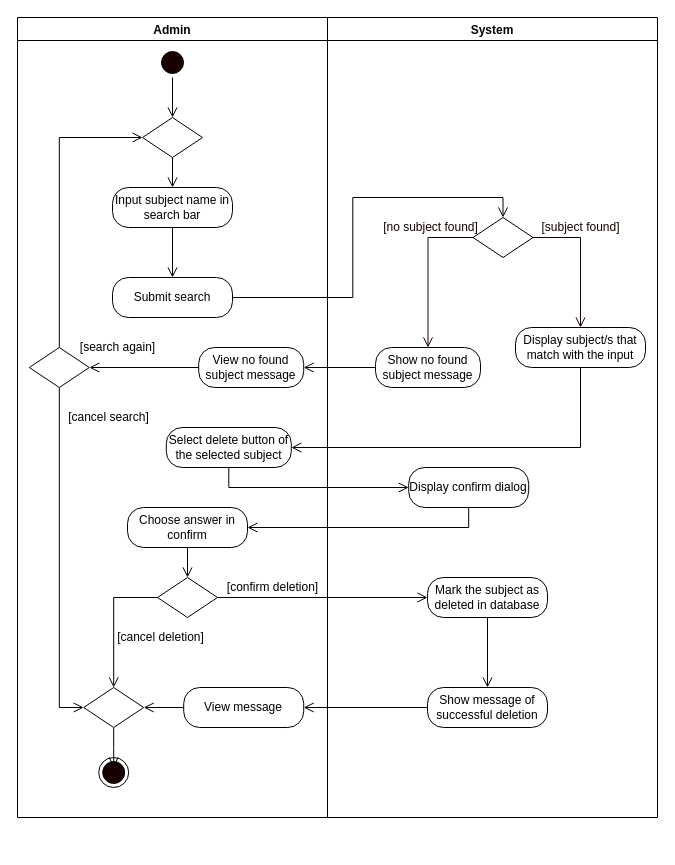
mrklglsn/CAPSTONE-FILES keeps this draw.io diagram as page "Delete Subject" (3 of 12) of REVISIONS/UML-DIAGRAMS/7-04-2021/ACTIVITY DIAGRAM/ACTIVITY DIAGRAM2.drawio. Above is the earlier version. Source tidied: cells renumbered, new cells numbered last; positions are measured from the earlier drawing's top-left corner, leaving out a move shared by most shapes. Both pictures are drawn from the tidied source at 100%, with x=0, y=0 at pixel (17, 17).
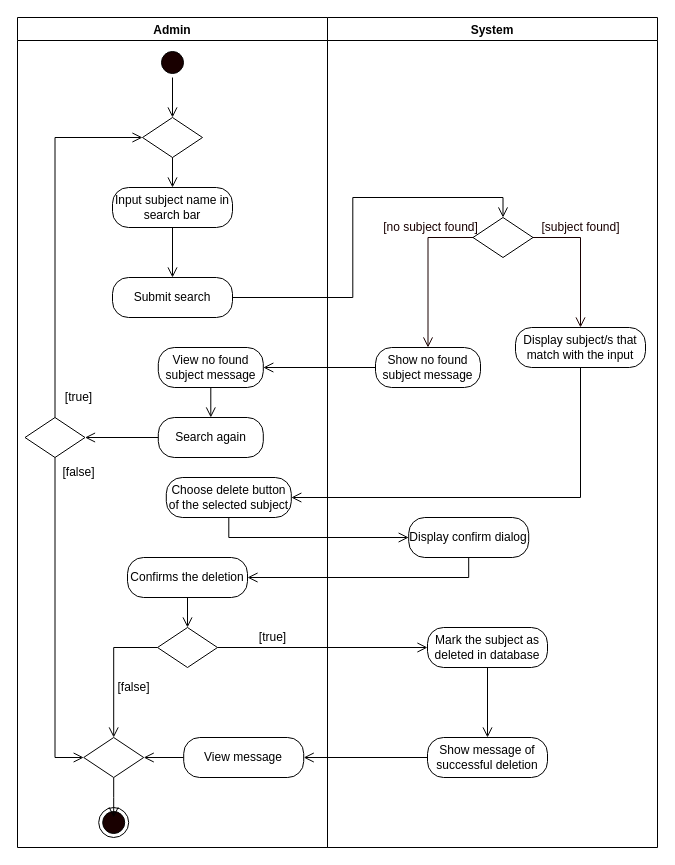
After the change.

Change to the diagram source:
```diff
@@
     <mxCell id="2" value="Admin" style="swimlane;startSize=23;" parent="1" vertex="1">
-      <mxGeometry width="310" height="800" as="geometry" />
+      <mxGeometry width="310" height="830" as="geometry" />
     </mxCell>
@@
     <mxCell id="5" style="rhombus;whiteSpace=wrap;html=1;" parent="2" vertex="1">
-      <mxGeometry x="140" y="560" width="60" height="40" as="geometry" />
+      <mxGeometry x="140" y="610" width="60" height="40" as="geometry" />
     </mxCell>
-    <mxCell id="6" value="[confirm deletion]" style="text;html=1;align=center;verticalAlign=middle;strokeColor=none;" parent="2" vertex="1">
-      <mxGeometry x="200" y="560" width="110" height="20" as="geometry" />
+    <mxCell id="6" value="[true]" style="text;html=1;align=center;verticalAlign=middle;strokeColor=none;" parent="2" vertex="1">
+      <mxGeometry x="235" y="610" width="40" height="20" as="geometry" />
     </mxCell>
-    <mxCell id="7" value="[cancel deletion]" style="text;html=1;align=center;verticalAlign=middle;strokeColor=none;" parent="2" vertex="1">
-      <mxGeometry x="92.5" y="610" width="100" height="20" as="geometry" />
+    <mxCell id="7" value="[false]" style="text;html=1;align=center;verticalAlign=middle;strokeColor=none;" parent="2" vertex="1">
+      <mxGeometry x="90.8" y="660" width="50" height="20" as="geometry" />
     </mxCell>
     <mxCell id="8" style="ellipse;html=1;shape=endState;fillColor=#190000;" parent="2" vertex="1">
-      <mxGeometry x="81.2" y="740" width="30" height="30" as="geometry" />
+      <mxGeometry x="81.2" y="790" width="30" height="30" as="geometry" />
     </mxCell>
     <mxCell id="9" style="edgeStyle=orthogonalEdgeStyle;rounded=0;jettySize=auto;html=1;exitX=0.5;exitY=1;exitDx=0;exitDy=0;endArrow=open;endFill=0;endSize=8;" parent="2" edge="1" source="10">
       <mxGeometry relative="1" as="geometry">
-        <mxPoint x="96.2" y="750" as="targetPoint" />
+        <mxPoint x="96.2" y="800" as="targetPoint" />
       </mxGeometry>
     </mxCell>
     <mxCell id="10" style="rhombus;whiteSpace=wrap;html=1;" parent="2" vertex="1">
-      <mxGeometry x="66.2" y="670" width="60" height="40" as="geometry" />
+      <mxGeometry x="66.2" y="720" width="60" height="40" as="geometry" />
     </mxCell>
@@
     <mxCell id="13" value="View message" style="rounded=1;whiteSpace=wrap;html=1;arcSize=40;" parent="2" vertex="1">
-      <mxGeometry x="166.2" y="670" width="120" height="40" as="geometry" />
+      <mxGeometry x="166.2" y="720" width="120" height="40" as="geometry" />
     </mxCell>
@@
-    <mxCell id="15" value="Choose answer in confirm" style="rounded=1;whiteSpace=wrap;html=1;arcSize=40;" parent="2" vertex="1">
-      <mxGeometry x="110" y="490" width="120" height="40" as="geometry" />
+    <mxCell id="15" value="Confirms the deletion" style="rounded=1;whiteSpace=wrap;html=1;arcSize=40;" parent="2" vertex="1">
+      <mxGeometry x="110" y="540" width="120" height="40" as="geometry" />
     </mxCell>
@@
-    <mxCell id="20" value="[cancel search]" style="text;html=1;align=center;verticalAlign=middle;strokeColor=none;rotation=0;" parent="2" vertex="1">
-      <mxGeometry x="40.8" y="390" width="100" height="20" as="geometry" />
+    <mxCell id="20" value="[false]" style="text;html=1;align=center;verticalAlign=middle;strokeColor=none;rotation=0;" parent="2" vertex="1">
+      <mxGeometry x="36.2" y="445" width="50" height="20" as="geometry" />
     </mxCell>
+    <mxCell id="49" style="edgeStyle=orthogonalEdgeStyle;rounded=0;jettySize=auto;html=1;exitX=0.5;exitY=1;exitDx=0;exitDy=0;entryX=0.5;entryY=0;entryDx=0;entryDy=0;endArrow=open;endFill=0;endSize=8;" parent="2" edge="1" source="21" target="50">
+      <mxGeometry relative="1" as="geometry" />
+    </mxCell>
     <mxCell id="21" value="View no found subject message" style="rounded=1;whiteSpace=wrap;html=1;arcSize=40;" parent="2" vertex="1">
-      <mxGeometry x="181.2" y="330" width="105" height="40" as="geometry" />
+      <mxGeometry x="140.8" y="330" width="105" height="40" as="geometry" />
     </mxCell>
     <mxCell id="22" style="rhombus;whiteSpace=wrap;html=1;" parent="2" vertex="1">
-      <mxGeometry x="11.8" y="330" width="60" height="40" as="geometry" />
+      <mxGeometry x="7.5" y="400" width="60" height="40" as="geometry" />
     </mxCell>
@@
-    <mxCell id="24" value="[search again]" style="text;html=1;align=center;verticalAlign=middle;strokeColor=none;rotation=0;" parent="2" vertex="1">
-      <mxGeometry x="55" y="320" width="90" height="20" as="geometry" />
+    <mxCell id="24" value="[true]" style="text;html=1;align=center;verticalAlign=middle;strokeColor=none;rotation=0;" parent="2" vertex="1">
+      <mxGeometry x="41.2" y="370" width="40" height="20" as="geometry" />
     </mxCell>
-    <mxCell id="25" value="Select delete button of the selected subject" style="rounded=1;whiteSpace=wrap;html=1;arcSize=40;" parent="2" vertex="1">
-      <mxGeometry x="148.8" y="410" width="125" height="40" as="geometry" />
+    <mxCell id="25" value="Choose delete button of the selected subject" style="rounded=1;whiteSpace=wrap;html=1;arcSize=40;" parent="2" vertex="1">
+      <mxGeometry x="148.8" y="460" width="125" height="40" as="geometry" />
     </mxCell>
-    <mxCell id="26" style="edgeStyle=orthogonalEdgeStyle;rounded=0;jettySize=auto;html=1;exitX=0;exitY=0.5;exitDx=0;exitDy=0;entryX=1;entryY=0.5;entryDx=0;entryDy=0;endArrow=open;endFill=0;endSize=8;" parent="2" edge="1" source="21" target="22">
+    <mxCell id="26" style="edgeStyle=orthogonalEdgeStyle;rounded=0;jettySize=auto;html=1;exitX=0;exitY=0.5;exitDx=0;exitDy=0;entryX=1;entryY=0.5;entryDx=0;entryDy=0;endArrow=open;endFill=0;endSize=8;" parent="2" edge="1" source="50" target="22">
       <mxGeometry relative="1" as="geometry" />
     </mxCell>
@@
+    <mxCell id="50" value="Search again" style="rounded=1;whiteSpace=wrap;html=1;arcSize=40;" parent="2" vertex="1">
+      <mxGeometry x="140.8" y="400" width="105" height="40" as="geometry" />
+    </mxCell>
     <mxCell id="29" value="System" style="swimlane;" parent="1" vertex="1">
-      <mxGeometry x="310" width="330" height="800" as="geometry" />
+      <mxGeometry x="310" width="330" height="830" as="geometry" />
     </mxCell>
     <mxCell id="30" value="Display confirm dialog" style="rounded=1;whiteSpace=wrap;html=1;arcSize=40;" parent="29" vertex="1">
-      <mxGeometry x="81.2" y="450" width="120" height="40" as="geometry" />
+      <mxGeometry x="81.2" y="500" width="120" height="40" as="geometry" />
     </mxCell>
     <mxCell id="31" value="Mark the subject as deleted in database" style="rounded=1;whiteSpace=wrap;html=1;arcSize=40;" parent="29" vertex="1">
-      <mxGeometry x="100" y="560" width="120" height="40" as="geometry" />
+      <mxGeometry x="100" y="610" width="120" height="40" as="geometry" />
     </mxCell>
     <mxCell id="32" value="Show message of successful deletion" style="rounded=1;whiteSpace=wrap;html=1;arcSize=40;" parent="29" vertex="1">
-      <mxGeometry x="100" y="670" width="120" height="40" as="geometry" />
+      <mxGeometry x="100" y="720" width="120" height="40" as="geometry" />
     </mxCell>
```
